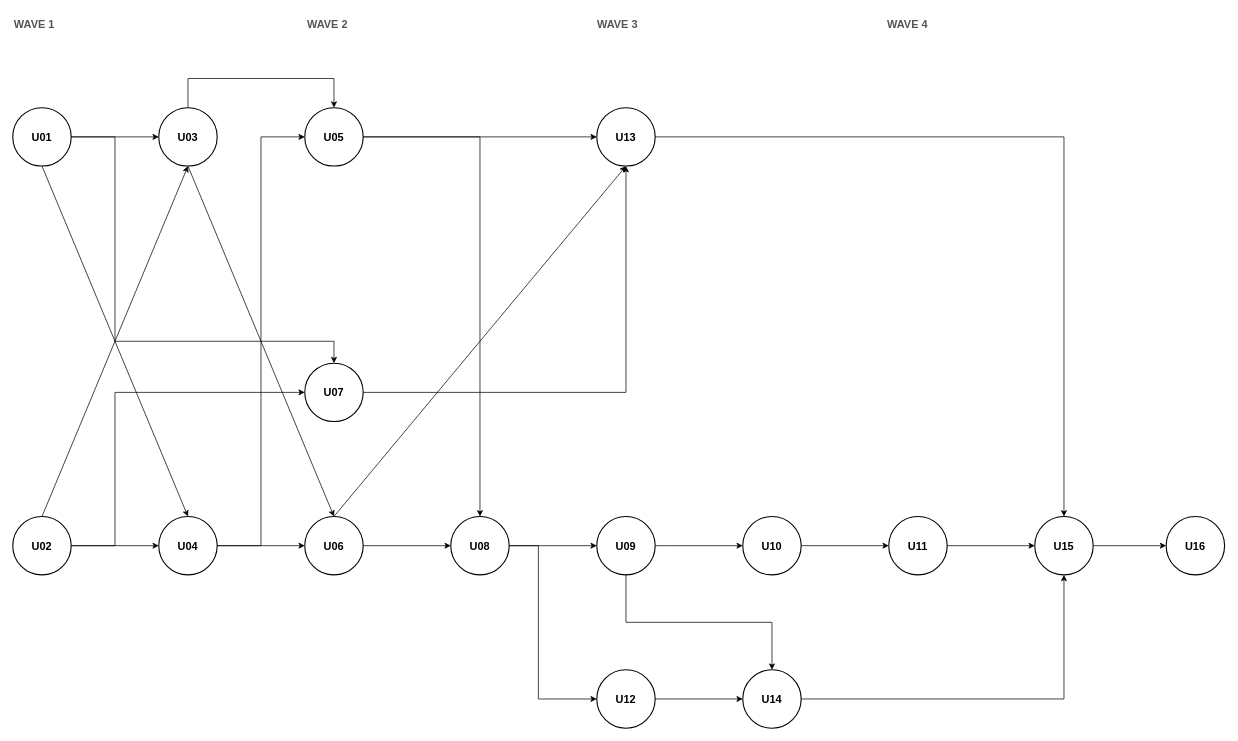
The draw.io diagram aidlc-docs/inception/application-design/unit-of-work-dependency.drawio in hygef-v4/AI-Powered-Learning-Platform, before the edit. Source tidied: cells renumbered, new cells numbered last; positions are measured from the earlier drawing's top-left corner, leaving out a move shared by most shapes. Both pictures are drawn from the tidied source at 73%, with x=0, y=0 at pixel (12, 12).
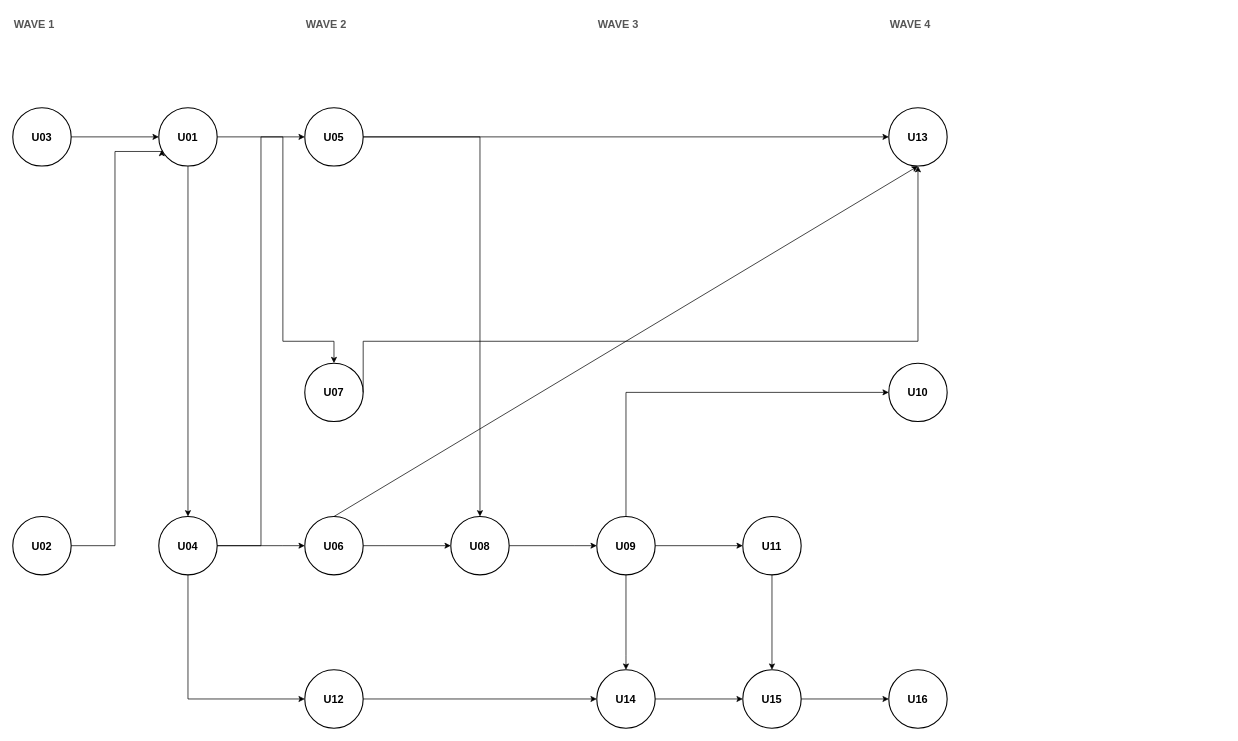
The same diagram, later.

The change refers to these unchanged cells:
```xml
<mxCell id="4" value="U02" style="ellipse;whiteSpace=wrap;html=1;fillColor=#ffffff;strokeColor=#000000;strokeWidth=1.5;fontSize=15;fontStyle=1;" parent="1" vertex="1">
  <mxGeometry y="690" width="80" height="80" as="geometry" />
</mxCell>
<mxCell id="6" value="U04" style="ellipse;whiteSpace=wrap;html=1;fillColor=#ffffff;strokeColor=#000000;strokeWidth=1.5;fontSize=15;fontStyle=1;" parent="1" vertex="1">
  <mxGeometry x="200" y="690" width="80" height="80" as="geometry" />
</mxCell>
<mxCell id="7" value="U07" style="ellipse;whiteSpace=wrap;html=1;fillColor=#ffffff;strokeColor=#000000;strokeWidth=1.5;fontSize=15;fontStyle=1;" parent="1" vertex="1">
  <mxGeometry x="400" y="480" width="80" height="80" as="geometry" />
</mxCell>
<mxCell id="8" value="U05" style="ellipse;whiteSpace=wrap;html=1;fillColor=#ffffff;strokeColor=#000000;strokeWidth=1.5;fontSize=15;fontStyle=1;" parent="1" vertex="1">
  <mxGeometry x="400" y="130" width="80" height="80" as="geometry" />
</mxCell>
<mxCell id="9" value="U06" style="ellipse;whiteSpace=wrap;html=1;fillColor=#ffffff;strokeColor=#000000;strokeWidth=1.5;fontSize=15;fontStyle=1;" parent="1" vertex="1">
  <mxGeometry x="400" y="690" width="80" height="80" as="geometry" />
</mxCell>
<mxCell id="10" value="U08" style="ellipse;whiteSpace=wrap;html=1;fillColor=#ffffff;strokeColor=#000000;strokeWidth=1.5;fontSize=15;fontStyle=1;" parent="1" vertex="1">
  <mxGeometry x="600" y="690" width="80" height="80" as="geometry" />
</mxCell>
<mxCell id="12" value="U09" style="ellipse;whiteSpace=wrap;html=1;fillColor=#ffffff;strokeColor=#000000;strokeWidth=1.5;fontSize=15;fontStyle=1;" parent="1" vertex="1">
  <mxGeometry x="800" y="690" width="80" height="80" as="geometry" />
</mxCell>
```

What changed in the source:
```diff
@@
-    <mxCell id="2" value="&lt;b&gt;WAVE 1&lt;/b&gt;&amp;nbsp; &amp;nbsp; &amp;nbsp; &amp;nbsp; &amp;nbsp; &amp;nbsp; &amp;nbsp; &amp;nbsp; &amp;nbsp; &amp;nbsp; &amp;nbsp; &amp;nbsp; &amp;nbsp; &amp;nbsp; &amp;nbsp; &amp;nbsp; &amp;nbsp; &amp;nbsp; &amp;nbsp; &amp;nbsp; &amp;nbsp; &amp;nbsp; &amp;nbsp; &amp;nbsp; &amp;nbsp; &amp;nbsp; &amp;nbsp; &amp;nbsp; &amp;nbsp; &amp;nbsp; &amp;nbsp; &amp;nbsp; &amp;nbsp; &amp;nbsp; &amp;nbsp; &amp;nbsp; &amp;nbsp; &amp;nbsp; &amp;nbsp; &amp;nbsp; &amp;nbsp; &amp;nbsp;&lt;b&gt;WAVE 2&lt;/b&gt;&amp;nbsp; &amp;nbsp; &amp;nbsp; &amp;nbsp; &amp;nbsp; &amp;nbsp; &amp;nbsp; &amp;nbsp; &amp;nbsp; &amp;nbsp; &amp;nbsp; &amp;nbsp; &amp;nbsp; &amp;nbsp; &amp;nbsp; &amp;nbsp; &amp;nbsp; &amp;nbsp; &amp;nbsp; &amp;nbsp; &amp;nbsp; &amp;nbsp; &amp;nbsp; &amp;nbsp; &amp;nbsp; &amp;nbsp; &amp;nbsp; &amp;nbsp; &amp;nbsp; &amp;nbsp; &amp;nbsp; &amp;nbsp; &amp;nbsp; &amp;nbsp; &amp;nbsp; &amp;nbsp; &amp;nbsp; &amp;nbsp; &amp;nbsp; &amp;nbsp; &amp;nbsp;&amp;nbsp;&lt;b&gt;WAVE 3&lt;/b&gt;&amp;nbsp; &amp;nbsp; &amp;nbsp; &amp;nbsp; &amp;nbsp; &amp;nbsp; &amp;nbsp; &amp;nbsp; &amp;nbsp; &amp;nbsp; &amp;nbsp; &amp;nbsp; &amp;nbsp; &amp;nbsp; &amp;nbsp; &amp;nbsp; &amp;nbsp; &amp;nbsp; &amp;nbsp; &amp;nbsp; &amp;nbsp; &amp;nbsp; &amp;nbsp; &amp;nbsp; &amp;nbsp; &amp;nbsp; &amp;nbsp; &amp;nbsp; &amp;nbsp; &amp;nbsp; &amp;nbsp; &amp;nbsp; &amp;nbsp; &amp;nbsp; &amp;nbsp; &amp;nbsp; &amp;nbsp; &amp;nbsp; &amp;nbsp; &amp;nbsp; &amp;nbsp;&amp;nbsp;&lt;b&gt;WAVE 4&lt;/b&gt;" style="text;html=1;align=left;verticalAlign=middle;fontSize=15;fontColor=#555555;" parent="1" vertex="1">
-      <mxGeometry width="1660" height="30" as="geometry" />
-    </mxCell>
+    <mxCell id="44" value="&lt;b&gt;WAVE 1&lt;/b&gt;" style="text;html=1;align=left;verticalAlign=middle;fontSize=15;fontColor=#555555;" parent="1" vertex="1">
+      <mxGeometry width="120" height="30" as="geometry" />
+    </mxCell>
+    <mxCell id="45" value="&lt;b&gt;WAVE 2&lt;/b&gt;" style="text;html=1;align=left;verticalAlign=middle;fontSize=15;fontColor=#555555;" parent="1" vertex="1">
+      <mxGeometry x="400" width="120" height="30" as="geometry" />
+    </mxCell>
+    <mxCell id="46" value="&lt;b&gt;WAVE 3&lt;/b&gt;" style="text;html=1;align=left;verticalAlign=middle;fontSize=15;fontColor=#555555;" parent="1" vertex="1">
+      <mxGeometry x="800" width="120" height="30" as="geometry" />
+    </mxCell>
+    <mxCell id="47" value="&lt;b&gt;WAVE 4&lt;/b&gt;" style="text;html=1;align=left;verticalAlign=middle;fontSize=15;fontColor=#555555;" parent="1" vertex="1">
+      <mxGeometry x="1200" width="120" height="30" as="geometry" />
+    </mxCell>
     <mxCell id="3" value="U01" style="ellipse;whiteSpace=wrap;html=1;fillColor=#ffffff;strokeColor=#000000;strokeWidth=1.5;fontSize=15;fontStyle=1;" parent="1" vertex="1">
-      <mxGeometry y="130" width="80" height="80" as="geometry" />
+      <mxGeometry x="200" y="130" width="80" height="80" as="geometry" />
     </mxCell>
@@
     <mxCell id="5" value="U03" style="ellipse;whiteSpace=wrap;html=1;fillColor=#ffffff;strokeColor=#000000;strokeWidth=1.5;fontSize=15;fontStyle=1;" parent="1" vertex="1">
-      <mxGeometry x="200" y="130" width="80" height="80" as="geometry" />
+      <mxGeometry y="130" width="80" height="80" as="geometry" />
     </mxCell>
@@
     <mxCell id="11" value="U14" style="ellipse;whiteSpace=wrap;html=1;fillColor=#ffffff;strokeColor=#000000;strokeWidth=1.5;fontSize=15;fontStyle=1;" parent="1" vertex="1">
-      <mxGeometry x="1000" y="900" width="80" height="80" as="geometry" />
+      <mxGeometry x="800" y="900" width="80" height="80" as="geometry" />
     </mxCell>
@@
     <mxCell id="13" value="U12" style="ellipse;whiteSpace=wrap;html=1;fillColor=#ffffff;strokeColor=#000000;strokeWidth=1.5;fontSize=15;fontStyle=1;" parent="1" vertex="1">
-      <mxGeometry x="800" y="900" width="80" height="80" as="geometry" />
+      <mxGeometry x="400" y="900" width="80" height="80" as="geometry" />
     </mxCell>
     <mxCell id="14" value="U13" style="ellipse;whiteSpace=wrap;html=1;fillColor=#ffffff;strokeColor=#000000;strokeWidth=1.5;fontSize=15;fontStyle=1;" parent="1" vertex="1">
-      <mxGeometry x="800" y="130" width="80" height="80" as="geometry" />
+      <mxGeometry x="1200" y="130" width="80" height="80" as="geometry" />
     </mxCell>
     <mxCell id="15" value="U10" style="ellipse;whiteSpace=wrap;html=1;fillColor=#ffffff;strokeColor=#000000;strokeWidth=1.5;fontSize=15;fontStyle=1;" parent="1" vertex="1">
-      <mxGeometry x="1000" y="690" width="80" height="80" as="geometry" />
+      <mxGeometry x="1200" y="480" width="80" height="80" as="geometry" />
     </mxCell>
     <mxCell id="16" value="U11" style="ellipse;whiteSpace=wrap;html=1;fillColor=#ffffff;strokeColor=#000000;strokeWidth=1.5;fontSize=15;fontStyle=1;" parent="1" vertex="1">
-      <mxGeometry x="1200" y="690" width="80" height="80" as="geometry" />
+      <mxGeometry x="1000" y="690" width="80" height="80" as="geometry" />
     </mxCell>
-    <mxCell id="17" style="edgeStyle=orthogonalEdgeStyle;rounded=0;jettySize=auto;html=1;" parent="1" edge="1" source="18" target="19">
+    <mxCell id="17" style="edgeStyle=none;html=1;" parent="1" edge="1" source="18" target="19">
       <mxGeometry relative="1" as="geometry" />
     </mxCell>
     <mxCell id="18" value="U15" style="ellipse;whiteSpace=wrap;html=1;fillColor=#ffffff;strokeColor=#000000;strokeWidth=1.5;fontSize=15;fontStyle=1;" parent="1" vertex="1">
-      <mxGeometry x="1400" y="690" width="80" height="80" as="geometry" />
+      <mxGeometry x="1000" y="900" width="80" height="80" as="geometry" />
     </mxCell>
     <mxCell id="19" value="U16" style="ellipse;whiteSpace=wrap;html=1;fillColor=#ffffff;strokeColor=#000000;strokeWidth=1.5;fontSize=15;fontStyle=1;" parent="1" vertex="1">
-      <mxGeometry x="1580" y="690" width="80" height="80" as="geometry" />
+      <mxGeometry x="1200" y="900" width="80" height="80" as="geometry" />
     </mxCell>
-    <mxCell id="20" style="edgeStyle=orthogonalEdgeStyle;rounded=0;curved=0;html=1;exitX=1;exitY=0.5;exitDx=0;exitDy=0;entryX=0;entryY=0.5;entryDx=0;entryDy=0;strokeColor=#000000;" parent="1" edge="1" source="3" target="5">
-      <mxGeometry relative="1" as="geometry">
-        <Array as="points">
-          <mxPoint x="130" y="170" />
-          <mxPoint x="130" y="170" />
-        </Array>
-      </mxGeometry>
+    <mxCell id="20" style="edgeStyle=orthogonalEdgeStyle;rounded=0;curved=0;html=1;exitX=1;exitY=0.5;exitDx=0;exitDy=0;entryX=0;entryY=0.5;entryDx=0;entryDy=0;strokeColor=#000000;" parent="1" edge="1" source="5" target="3">
+      <mxGeometry relative="1" as="geometry" />
     </mxCell>
@@
-    <mxCell id="22" style="edgeStyle=orthogonalEdgeStyle;rounded=0;curved=0;html=1;exitX=1;exitY=0.5;exitDx=0;exitDy=0;entryX=0;entryY=0.5;entryDx=0;entryDy=0;strokeColor=#000000;" parent="1" edge="1" source="4" target="6">
-      <mxGeometry relative="1" as="geometry" />
-    </mxCell>
-    <mxCell id="23" style="edgeStyle=orthogonalEdgeStyle;rounded=0;curved=0;html=1;exitX=0.5;exitY=0;exitDx=0;exitDy=0;entryX=0.5;entryY=0;entryDx=0;entryDy=0;strokeColor=#000000;" parent="1" edge="1" source="5" target="8">
-      <mxGeometry relative="1" as="geometry">
-        <Array as="points">
-          <mxPoint x="240" y="90" />
-          <mxPoint x="440" y="90" />
-        </Array>
-      </mxGeometry>
-    </mxCell>
@@
     <mxCell id="26" style="edgeStyle=orthogonalEdgeStyle;rounded=0;curved=0;html=1;exitX=1;exitY=0.5;exitDx=0;exitDy=0;entryX=0.5;entryY=0;entryDx=0;entryDy=0;strokeColor=#000000;" parent="1" edge="1" source="3" target="7">
       <mxGeometry relative="1" as="geometry">
         <Array as="points">
-          <mxPoint x="140" y="170" />
-          <mxPoint x="140" y="450" />
+          <mxPoint x="370" y="170" />
+          <mxPoint x="370" y="450" />
           <mxPoint x="440" y="450" />
         </Array>
       </mxGeometry>
     </mxCell>
-    <mxCell id="27" style="edgeStyle=orthogonalEdgeStyle;rounded=0;curved=0;html=1;exitX=1;exitY=0.5;exitDx=0;exitDy=0;entryX=0;entryY=0.5;entryDx=0;entryDy=0;strokeColor=#000000;" parent="1" edge="1" source="4" target="7">
-      <mxGeometry relative="1" as="geometry">
-        <Array as="points">
-          <mxPoint x="140" y="730" />
-          <mxPoint x="140" y="520" />
-        </Array>
-      </mxGeometry>
-    </mxCell>
@@
     <mxCell id="31" style="edgeStyle=orthogonalEdgeStyle;rounded=0;curved=0;html=1;exitX=1;exitY=0.5;exitDx=0;exitDy=0;entryX=0.5;entryY=1;entryDx=0;entryDy=0;strokeColor=#000000;" parent="1" edge="1" source="7" target="14">
       <mxGeometry relative="1" as="geometry">
         <Array as="points">
-          <mxPoint x="840" y="520" />
+          <mxPoint x="480" y="450" />
+          <mxPoint x="1240" y="450" />
         </Array>
       </mxGeometry>
     </mxCell>
@@
-    <mxCell id="33" style="edgeStyle=orthogonalEdgeStyle;rounded=0;curved=0;html=1;exitX=1;exitY=0.5;exitDx=0;exitDy=0;entryX=0;entryY=0.5;entryDx=0;entryDy=0;strokeColor=#000000;" parent="1" edge="1" source="10" target="13">
-      <mxGeometry relative="1" as="geometry">
-        <Array as="points">
-          <mxPoint x="720" y="730" />
-          <mxPoint x="720" y="940" />
-        </Array>
-      </mxGeometry>
+    <mxCell id="33" style="edgeStyle=orthogonalEdgeStyle;rounded=0;curved=0;html=1;strokeColor=#000000;exitX=0.5;exitY=1;exitDx=0;exitDy=0;entryX=0;entryY=0.5;entryDx=0;entryDy=0;" parent="1" edge="1" source="6" target="13">
+      <mxGeometry relative="1" as="geometry" />
     </mxCell>
-    <mxCell id="34" style="edgeStyle=orthogonalEdgeStyle;rounded=0;curved=0;html=1;exitX=1;exitY=0.5;exitDx=0;exitDy=0;entryX=0;entryY=0.5;entryDx=0;entryDy=0;strokeColor=#000000;" parent="1" edge="1" source="12" target="15">
+    <mxCell id="34" style="edgeStyle=orthogonalEdgeStyle;rounded=0;curved=0;html=1;strokeColor=#000000;exitX=0.5;exitY=0;exitDx=0;exitDy=0;entryX=0;entryY=0.5;entryDx=0;entryDy=0;" parent="1" edge="1" source="12" target="15">
       <mxGeometry relative="1" as="geometry">
         <Array as="points">
-          <mxPoint x="900" y="730" />
-          <mxPoint x="900" y="730" />
+          <mxPoint x="840" y="520" />
         </Array>
       </mxGeometry>
     </mxCell>
-    <mxCell id="35" style="edgeStyle=orthogonalEdgeStyle;rounded=0;curved=0;html=1;exitX=1;exitY=0.5;exitDx=0;exitDy=0;entryX=0.5;entryY=0;entryDx=0;entryDy=0;strokeColor=#000000;" parent="1" edge="1" source="14" target="18">
-      <mxGeometry relative="1" as="geometry">
-        <Array as="points">
-          <mxPoint x="1440" y="170" />
-        </Array>
-      </mxGeometry>
-    </mxCell>
-    <mxCell id="36" style="edgeStyle=orthogonalEdgeStyle;rounded=0;curved=0;html=1;exitX=1;exitY=0.5;exitDx=0;exitDy=0;entryX=0;entryY=0.5;entryDx=0;entryDy=0;strokeColor=#000000;" parent="1" edge="1" source="15" target="16">
+    <mxCell id="36" style="edgeStyle=orthogonalEdgeStyle;rounded=0;curved=0;html=1;strokeColor=#000000;exitX=1;exitY=0.5;exitDx=0;exitDy=0;entryX=0;entryY=0.5;entryDx=0;entryDy=0;" parent="1" edge="1" source="12" target="16">
       <mxGeometry relative="1" as="geometry" />
     </mxCell>
-    <mxCell id="37" style="edgeStyle=orthogonalEdgeStyle;rounded=0;curved=0;html=1;exitX=1;exitY=0.5;exitDx=0;exitDy=0;entryX=0;entryY=0.5;entryDx=0;entryDy=0;strokeColor=#000000;" parent="1" edge="1" source="16" target="18">
+    <mxCell id="37" style="edgeStyle=orthogonalEdgeStyle;rounded=0;curved=0;html=1;strokeColor=#000000;exitX=0.5;exitY=1;exitDx=0;exitDy=0;entryX=0.5;entryY=0;entryDx=0;entryDy=0;" parent="1" edge="1" source="16" target="18">
       <mxGeometry relative="1" as="geometry" />
     </mxCell>
-    <mxCell id="38" style="rounded=0;html=1;exitX=0.5;exitY=0;exitDx=0;exitDy=0;entryX=0.5;entryY=1;entryDx=0;entryDy=0;strokeColor=#000000;" parent="1" edge="1" source="4" target="5">
-      <mxGeometry relative="1" as="geometry" />
+    <mxCell id="38" style="edgeStyle=orthogonalEdgeStyle;rounded=0;curved=0;html=1;exitX=1;exitY=0.5;exitDx=0;exitDy=0;entryX=0;entryY=0.75;entryDx=0;entryDy=0;strokeColor=#000000;" parent="1" edge="1" source="4" target="3">
+      <mxGeometry relative="1" as="geometry">
+        <Array as="points">
+          <mxPoint x="140" y="730" />
+          <mxPoint x="140" y="190" />
+        </Array>
+      </mxGeometry>
     </mxCell>
-    <mxCell id="39" style="rounded=0;html=1;exitX=0.5;exitY=1;exitDx=0;exitDy=0;entryX=0.5;entryY=0;entryDx=0;entryDy=0;strokeColor=#000000;" parent="1" edge="1" source="5" target="9">
-      <mxGeometry relative="1" as="geometry" />
-    </mxCell>
@@
-    <mxCell id="41" style="rounded=0;html=1;exitX=0.5;exitY=1;exitDx=0;exitDy=0;entryX=0.5;entryY=0;entryDx=0;entryDy=0;strokeColor=#000000;edgeStyle=orthogonalEdgeStyle;" parent="1" edge="1" source="12" target="11">
-      <mxGeometry relative="1" as="geometry" />
+    <mxCell id="41" style="edgeStyle=orthogonalEdgeStyle;rounded=0;curved=0;html=1;strokeColor=#000000;exitX=0.5;exitY=1;exitDx=0;exitDy=0;entryX=0.5;entryY=0;entryDx=0;entryDy=0;" parent="1" edge="1" source="12" target="11">
+      <mxGeometry relative="1" as="geometry">
+        <Array as="points">
+          <mxPoint x="840" y="880" />
+          <mxPoint x="840" y="880" />
+        </Array>
+      </mxGeometry>
     </mxCell>
-    <mxCell id="42" style="edgeStyle=orthogonalEdgeStyle;rounded=0;curved=0;html=1;exitX=1;exitY=0.5;exitDx=0;exitDy=0;entryX=0;entryY=0.5;entryDx=0;entryDy=0;strokeColor=#000000;" parent="1" edge="1" source="13" target="11">
+    <mxCell id="42" style="edgeStyle=orthogonalEdgeStyle;rounded=0;curved=0;html=1;strokeColor=#000000;exitX=1;exitY=0.5;exitDx=0;exitDy=0;entryX=0;entryY=0.5;entryDx=0;entryDy=0;" parent="1" edge="1" source="13" target="11">
       <mxGeometry relative="1" as="geometry" />
     </mxCell>
-    <mxCell id="43" style="edgeStyle=orthogonalEdgeStyle;rounded=0;curved=0;html=1;exitX=1;exitY=0.5;exitDx=0;exitDy=0;entryX=0.5;entryY=1;entryDx=0;entryDy=0;strokeColor=#000000;" parent="1" edge="1" source="11" target="18">
-      <mxGeometry relative="1" as="geometry">
-        <Array as="points">
-          <mxPoint x="1440" y="940" />
-        </Array>
-      </mxGeometry>
+    <mxCell id="43" style="edgeStyle=orthogonalEdgeStyle;rounded=0;curved=0;html=1;strokeColor=#000000;exitX=1;exitY=0.5;exitDx=0;exitDy=0;entryX=0;entryY=0.5;entryDx=0;entryDy=0;" parent="1" edge="1" source="11" target="18">
+      <mxGeometry relative="1" as="geometry" />
     </mxCell>
```
